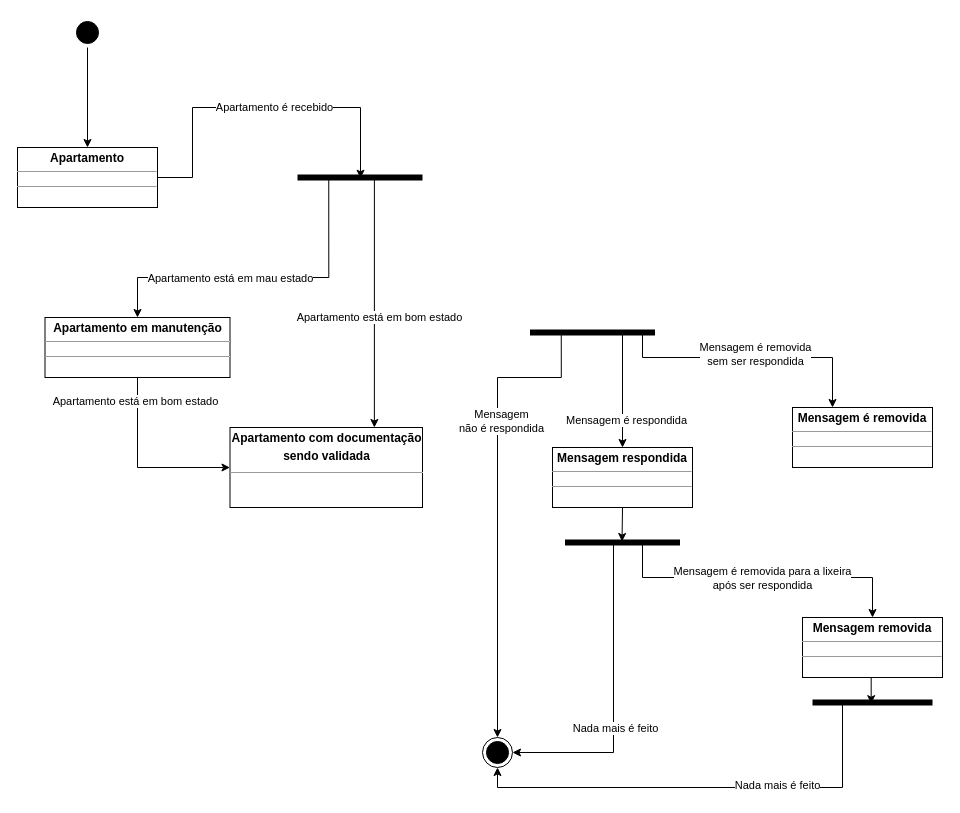
Above: Questão 04 - P2.drawio in bruniculos08/AMS0001 (draw.io), before the change. Source tidied: cells renumbered, new cells numbered last; positions are measured from the earlier drawing's top-left corner, leaving out a move shared by most shapes. Both pictures are drawn from the tidied source at 100%, with x=0, y=0 at pixel (17, 17).
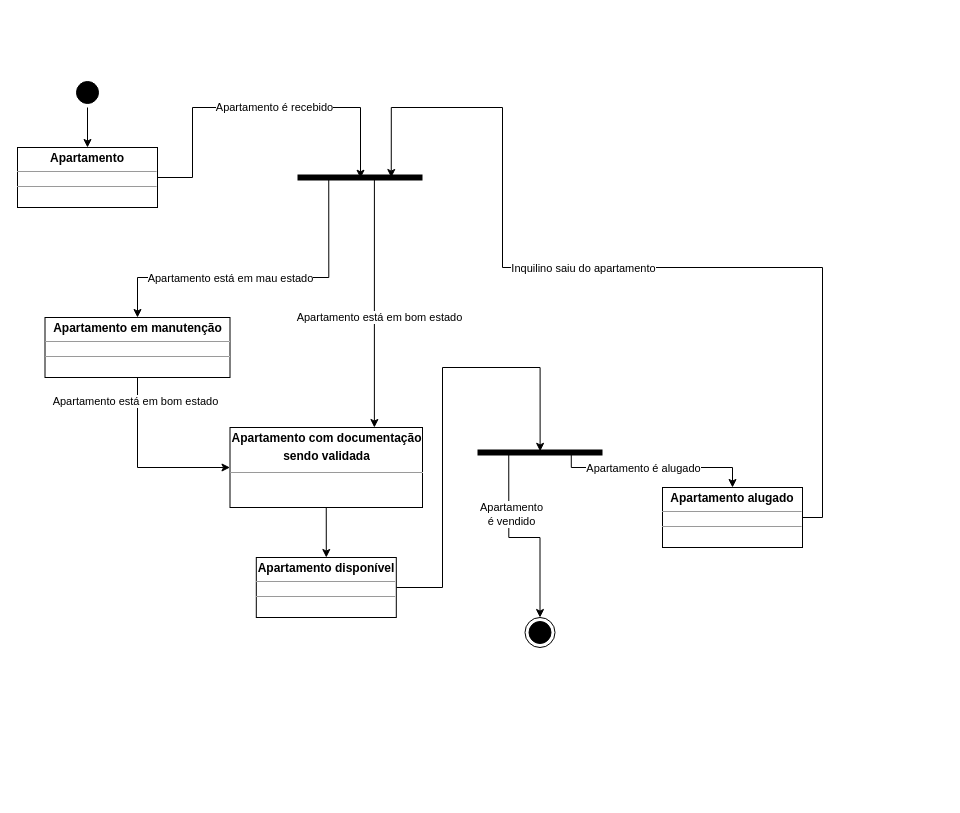
Above is the later version.

Unchanged cells that the change refers to:
```xml
<mxCell id="32" style="shape=line;html=1;strokeWidth=6;strokeColor=#000000;" parent="1" vertex="1">
  <mxGeometry x="280" y="155" width="125" height="10" as="geometry" />
</mxCell>
<mxCell id="36" value="&lt;p style=&quot;margin: 0px ; margin-top: 4px ; text-align: center&quot;&gt;&lt;b&gt;Apartamento com documentação&lt;/b&gt;&lt;/p&gt;&lt;p style=&quot;margin: 0px ; margin-top: 4px ; text-align: center&quot;&gt;&lt;b&gt;sendo validada&lt;/b&gt;&lt;/p&gt;&lt;div style=&quot;height: 2px&quot;&gt;&lt;/div&gt;&lt;hr size=&quot;1&quot;&gt;&lt;div style=&quot;height: 2px&quot;&gt;&lt;/div&gt;" style="verticalAlign=top;align=left;overflow=fill;fontSize=12;fontFamily=Helvetica;html=1;strokeColor=#000000;" parent="1" vertex="1">
  <mxGeometry x="212.5" y="410" width="192.5" height="80" as="geometry" />
</mxCell>
```

The edit, as a diff of the source:
```diff
@@
-    <mxCell id="2" style="ellipse;html=1;shape=endState;fillColor=#000000;strokeColor=#000000;" parent="1" vertex="1">
-      <mxGeometry x="465" y="720" width="30" height="30" as="geometry" />
-    </mxCell>
@@
     <mxCell id="4" style="ellipse;html=1;shape=startState;fillColor=#000000;strokeColor=#000000;" parent="1" vertex="1">
-      <mxGeometry x="55" width="30" height="30" as="geometry" />
+      <mxGeometry x="55" y="60" width="30" height="30" as="geometry" />
     </mxCell>
@@
-    <mxCell id="8" style="edgeStyle=orthogonalEdgeStyle;rounded=0;jettySize=auto;html=1;exitX=0.25;exitY=0.5;exitDx=0;exitDy=0;exitPerimeter=0;entryX=0.5;entryY=0;entryDx=0;entryDy=0;strokeColor=#000000;" parent="1" edge="1" source="14" target="2">
-      <mxGeometry relative="1" as="geometry">
-        <Array as="points">
-          <mxPoint x="544" y="360" />
-          <mxPoint x="480" y="360" />
-        </Array>
-      </mxGeometry>
-    </mxCell>
-    <mxCell id="9" value="Mensagem&lt;br&gt;não é respondida" style="edgeLabel;html=1;align=center;verticalAlign=middle;" parent="8" vertex="1">
-      <mxGeometry x="-0.35" y="3" relative="1" as="geometry" />
-    </mxCell>
-    <mxCell id="10" style="edgeStyle=orthogonalEdgeStyle;rounded=0;jettySize=auto;html=1;exitX=0.75;exitY=0.5;exitDx=0;exitDy=0;exitPerimeter=0;strokeColor=#000000;" parent="1" edge="1" source="14" target="16">
-      <mxGeometry relative="1" as="geometry">
-        <Array as="points">
-          <mxPoint x="605" y="315" />
-        </Array>
-      </mxGeometry>
-    </mxCell>
-    <mxCell id="11" value="Mensagem é respondida" style="edgeLabel;html=1;align=center;verticalAlign=middle;" parent="10" vertex="1">
-      <mxGeometry x="0.29" y="3" relative="1" as="geometry">
-        <mxPoint y="14" as="offset" />
-      </mxGeometry>
-    </mxCell>
-    <mxCell id="12" style="edgeStyle=orthogonalEdgeStyle;rounded=0;jettySize=auto;html=1;exitX=1;exitY=0.5;exitDx=0;exitDy=0;exitPerimeter=0;strokeColor=#000000;" parent="1" edge="1" source="14" target="27">
-      <mxGeometry relative="1" as="geometry">
-        <Array as="points">
-          <mxPoint x="625" y="315" />
-          <mxPoint x="625" y="340" />
-          <mxPoint x="815" y="340" />
-        </Array>
-      </mxGeometry>
-    </mxCell>
-    <mxCell id="13" value="Mensagem é removida&lt;br&gt;sem ser respondida" style="edgeLabel;html=1;align=center;verticalAlign=middle;" parent="12" vertex="1">
-      <mxGeometry x="0.08" y="4" relative="1" as="geometry" />
-    </mxCell>
-    <mxCell id="14" style="shape=line;html=1;strokeWidth=6;strokeColor=#000000;" parent="1" vertex="1">
-      <mxGeometry x="512.5" y="310" width="125" height="10" as="geometry" />
-    </mxCell>
-    <mxCell id="15" style="edgeStyle=orthogonalEdgeStyle;rounded=0;jettySize=auto;html=1;exitX=0.5;exitY=1;exitDx=0;exitDy=0;entryX=0.496;entryY=0.4;entryDx=0;entryDy=0;entryPerimeter=0;strokeColor=#000000;" parent="1" edge="1" source="16" target="21">
-      <mxGeometry relative="1" as="geometry" />
-    </mxCell>
-    <mxCell id="16" value="&lt;p style=&quot;margin: 0px ; margin-top: 4px ; text-align: center&quot;&gt;&lt;b&gt;Mensagem respondida&lt;/b&gt;&lt;/p&gt;&lt;hr size=&quot;1&quot;&gt;&lt;div style=&quot;height: 2px&quot;&gt;&lt;/div&gt;&lt;hr size=&quot;1&quot;&gt;&lt;div style=&quot;height: 2px&quot;&gt;&lt;/div&gt;" style="verticalAlign=top;align=left;overflow=fill;fontSize=12;fontFamily=Helvetica;html=1;strokeColor=#000000;" parent="1" vertex="1">
-      <mxGeometry x="535" y="430" width="140" height="60" as="geometry" />
-    </mxCell>
-    <mxCell id="17" style="edgeStyle=orthogonalEdgeStyle;rounded=0;jettySize=auto;html=1;exitX=0.683;exitY=0.4;exitDx=0;exitDy=0;exitPerimeter=0;entryX=0.5;entryY=0;entryDx=0;entryDy=0;strokeColor=#000000;" parent="1" edge="1" source="21" target="23">
-      <mxGeometry relative="1" as="geometry">
-        <Array as="points">
-          <mxPoint x="626" y="525" />
-          <mxPoint x="625" y="525" />
-          <mxPoint x="625" y="560" />
-          <mxPoint x="855" y="560" />
-        </Array>
-      </mxGeometry>
-    </mxCell>
-    <mxCell id="18" value="Mensagem é removida para a lixeira&lt;br&gt;após ser respondida" style="edgeLabel;html=1;align=center;verticalAlign=middle;" parent="17" vertex="1">
-      <mxGeometry x="-0.26" y="3" relative="1" as="geometry">
-        <mxPoint x="43" y="3" as="offset" />
-      </mxGeometry>
-    </mxCell>
-    <mxCell id="19" style="edgeStyle=orthogonalEdgeStyle;rounded=0;jettySize=auto;html=1;exitX=0.25;exitY=0.5;exitDx=0;exitDy=0;exitPerimeter=0;entryX=1;entryY=0.5;entryDx=0;entryDy=0;strokeColor=#000000;" parent="1" edge="1" source="21" target="2">
-      <mxGeometry relative="1" as="geometry">
-        <Array as="points">
-          <mxPoint x="596" y="735" />
-        </Array>
-      </mxGeometry>
-    </mxCell>
-    <mxCell id="20" value="Nada mais é feito" style="edgeLabel;html=1;align=center;verticalAlign=middle;" parent="19" vertex="1">
-      <mxGeometry x="0.24" y="1" relative="1" as="geometry" />
-    </mxCell>
-    <mxCell id="21" style="shape=line;html=1;strokeWidth=6;strokeColor=#000000;" parent="1" vertex="1">
-      <mxGeometry x="547.5" y="520" width="115" height="10" as="geometry" />
-    </mxCell>
-    <mxCell id="22" style="edgeStyle=orthogonalEdgeStyle;rounded=0;jettySize=auto;html=1;exitX=0.5;exitY=1;exitDx=0;exitDy=0;entryX=0.489;entryY=0.617;entryDx=0;entryDy=0;entryPerimeter=0;strokeColor=#000000;" parent="1" edge="1" source="23" target="26">
-      <mxGeometry relative="1" as="geometry" />
-    </mxCell>
-    <mxCell id="23" value="&lt;p style=&quot;margin: 0px ; margin-top: 4px ; text-align: center&quot;&gt;&lt;b&gt;Mensagem removida&lt;/b&gt;&lt;/p&gt;&lt;hr size=&quot;1&quot;&gt;&lt;div style=&quot;height: 2px&quot;&gt;&lt;/div&gt;&lt;hr size=&quot;1&quot;&gt;&lt;div style=&quot;height: 2px&quot;&gt;&lt;/div&gt;" style="verticalAlign=top;align=left;overflow=fill;fontSize=12;fontFamily=Helvetica;html=1;strokeColor=#000000;" parent="1" vertex="1">
-      <mxGeometry x="785" y="600" width="140" height="60" as="geometry" />
-    </mxCell>
-    <mxCell id="24" style="edgeStyle=orthogonalEdgeStyle;rounded=0;jettySize=auto;html=1;exitX=0.25;exitY=0.5;exitDx=0;exitDy=0;exitPerimeter=0;entryX=0.5;entryY=1;entryDx=0;entryDy=0;strokeColor=#000000;" parent="1" edge="1" source="26" target="2">
-      <mxGeometry relative="1" as="geometry">
-        <Array as="points">
-          <mxPoint x="825" y="770" />
-          <mxPoint x="480" y="770" />
-        </Array>
-      </mxGeometry>
-    </mxCell>
-    <mxCell id="25" value="Nada mais é feito" style="edgeLabel;html=1;align=center;verticalAlign=middle;" parent="24" vertex="1">
-      <mxGeometry x="-0.33" y="-3" relative="1" as="geometry" />
-    </mxCell>
-    <mxCell id="26" style="shape=line;html=1;strokeWidth=6;strokeColor=#000000;" parent="1" vertex="1">
-      <mxGeometry x="795" y="680" width="120" height="10" as="geometry" />
-    </mxCell>
-    <mxCell id="27" value="&lt;p style=&quot;margin: 0px ; margin-top: 4px ; text-align: center&quot;&gt;&lt;b&gt;Mensagem é removida&lt;/b&gt;&lt;/p&gt;&lt;hr size=&quot;1&quot;&gt;&lt;div style=&quot;height: 2px&quot;&gt;&lt;/div&gt;&lt;hr size=&quot;1&quot;&gt;&lt;div style=&quot;height: 2px&quot;&gt;&lt;/div&gt;" style="verticalAlign=top;align=left;overflow=fill;fontSize=12;fontFamily=Helvetica;html=1;strokeColor=#000000;" parent="1" vertex="1">
-      <mxGeometry x="775" y="390" width="140" height="60" as="geometry" />
-    </mxCell>
@@
+    <mxCell id="37" style="edgeStyle=orthogonalEdgeStyle;rounded=0;jettySize=auto;html=1;exitX=0.5;exitY=1;exitDx=0;exitDy=0;entryX=0.5;entryY=0;entryDx=0;entryDy=0;" parent="1" edge="1" source="36" target="39">
+      <mxGeometry relative="1" as="geometry" />
+    </mxCell>
@@
+    <mxCell id="38" style="edgeStyle=orthogonalEdgeStyle;rounded=0;jettySize=auto;html=1;exitX=1;exitY=0.5;exitDx=0;exitDy=0;entryX=0.501;entryY=0.383;entryDx=0;entryDy=0;entryPerimeter=0;" parent="1" edge="1" source="39" target="44">
+      <mxGeometry relative="1" as="geometry">
+        <Array as="points">
+          <mxPoint x="425" y="570" />
+          <mxPoint x="425" y="350" />
+          <mxPoint x="523" y="350" />
+        </Array>
+      </mxGeometry>
+    </mxCell>
+    <mxCell id="39" value="&lt;p style=&quot;margin: 0px ; margin-top: 4px ; text-align: center&quot;&gt;&lt;b&gt;Apartamento disponível&lt;/b&gt;&lt;/p&gt;&lt;hr size=&quot;1&quot;&gt;&lt;div style=&quot;height: 2px&quot;&gt;&lt;/div&gt;&lt;hr size=&quot;1&quot;&gt;&lt;div style=&quot;height: 2px&quot;&gt;&lt;/div&gt;" style="verticalAlign=top;align=left;overflow=fill;fontSize=12;fontFamily=Helvetica;html=1;strokeColor=#000000;" parent="1" vertex="1">
+      <mxGeometry x="238.8" y="540" width="140" height="60" as="geometry" />
+    </mxCell>
+    <mxCell id="40" style="edgeStyle=orthogonalEdgeStyle;rounded=0;jettySize=auto;html=1;exitX=0.25;exitY=0.5;exitDx=0;exitDy=0;exitPerimeter=0;entryX=0.5;entryY=0;entryDx=0;entryDy=0;" parent="1" edge="1" source="44" target="45">
+      <mxGeometry relative="1" as="geometry" />
+    </mxCell>
+    <mxCell id="41" value="Apartamento&lt;br&gt;é vendido" style="edgeLabel;html=1;align=center;verticalAlign=middle;" parent="40" vertex="1">
+      <mxGeometry x="-0.37" y="2" relative="1" as="geometry" />
+    </mxCell>
+    <mxCell id="42" style="edgeStyle=orthogonalEdgeStyle;rounded=0;jettySize=auto;html=1;exitX=0.75;exitY=0.5;exitDx=0;exitDy=0;exitPerimeter=0;entryX=0.5;entryY=0;entryDx=0;entryDy=0;" parent="1" edge="1" source="44" target="48">
+      <mxGeometry relative="1" as="geometry">
+        <Array as="points">
+          <mxPoint x="554" y="450" />
+          <mxPoint x="715" y="450" />
+        </Array>
+      </mxGeometry>
+    </mxCell>
+    <mxCell id="43" value="Apartamento é alugado" style="edgeLabel;html=1;align=center;verticalAlign=middle;" parent="42" vertex="1">
+      <mxGeometry x="-0.3" y="-5" relative="1" as="geometry">
+        <mxPoint x="18" y="-5" as="offset" />
+      </mxGeometry>
+    </mxCell>
+    <mxCell id="44" style="shape=line;html=1;strokeWidth=6;strokeColor=#000000;" parent="1" vertex="1">
+      <mxGeometry x="460" y="430" width="125" height="10" as="geometry" />
+    </mxCell>
+    <mxCell id="45" style="ellipse;html=1;shape=endState;fillColor=#000000;strokeColor=#000000;" parent="1" vertex="1">
+      <mxGeometry x="507.5" y="600" width="30" height="30" as="geometry" />
+    </mxCell>
+    <mxCell id="46" style="edgeStyle=orthogonalEdgeStyle;rounded=0;jettySize=auto;html=1;exitX=1;exitY=0.5;exitDx=0;exitDy=0;entryX=0.75;entryY=0.5;entryDx=0;entryDy=0;entryPerimeter=0;" parent="1" edge="1" source="48" target="32">
+      <mxGeometry relative="1" as="geometry">
+        <Array as="points">
+          <mxPoint x="805" y="500" />
+          <mxPoint x="805" y="250" />
+          <mxPoint x="485" y="250" />
+          <mxPoint x="485" y="90" />
+          <mxPoint x="374" y="90" />
+        </Array>
+      </mxGeometry>
+    </mxCell>
+    <mxCell id="47" value="Inquilino saiu do apartamento" style="edgeLabel;html=1;align=center;verticalAlign=middle;" parent="46" vertex="1">
+      <mxGeometry x="0.18" y="4" relative="1" as="geometry">
+        <mxPoint x="39" y="-4" as="offset" />
+      </mxGeometry>
+    </mxCell>
+    <mxCell id="48" value="&lt;p style=&quot;margin: 0px ; margin-top: 4px ; text-align: center&quot;&gt;&lt;b&gt;Apartamento alugado&lt;/b&gt;&lt;/p&gt;&lt;hr size=&quot;1&quot;&gt;&lt;div style=&quot;height: 2px&quot;&gt;&lt;/div&gt;&lt;hr size=&quot;1&quot;&gt;&lt;div style=&quot;height: 2px&quot;&gt;&lt;/div&gt;" style="verticalAlign=top;align=left;overflow=fill;fontSize=12;fontFamily=Helvetica;html=1;strokeColor=#000000;" parent="1" vertex="1">
+      <mxGeometry x="645" y="470" width="140" height="60" as="geometry" />
+    </mxCell>
```
